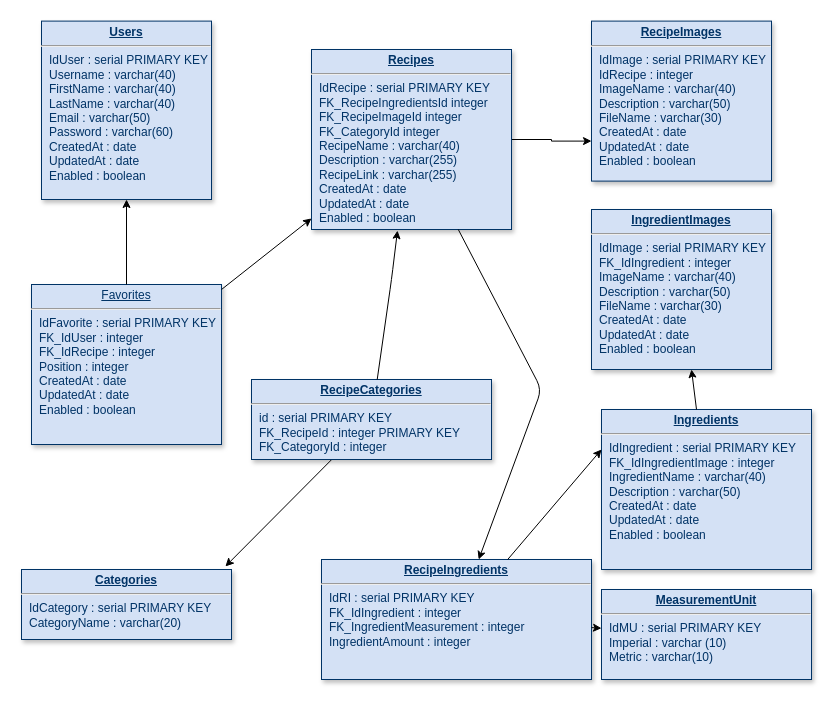
Before: Database.drawio in paraguin271828/react-cookbook, a draw.io diagram. Source tidied: cells renumbered, new cells numbered last; positions are measured from the earlier drawing's top-left corner, leaving out a move shared by most shapes. Both pictures are drawn from the tidied source at 100%, with x=0, y=0 at pixel (21, 21).
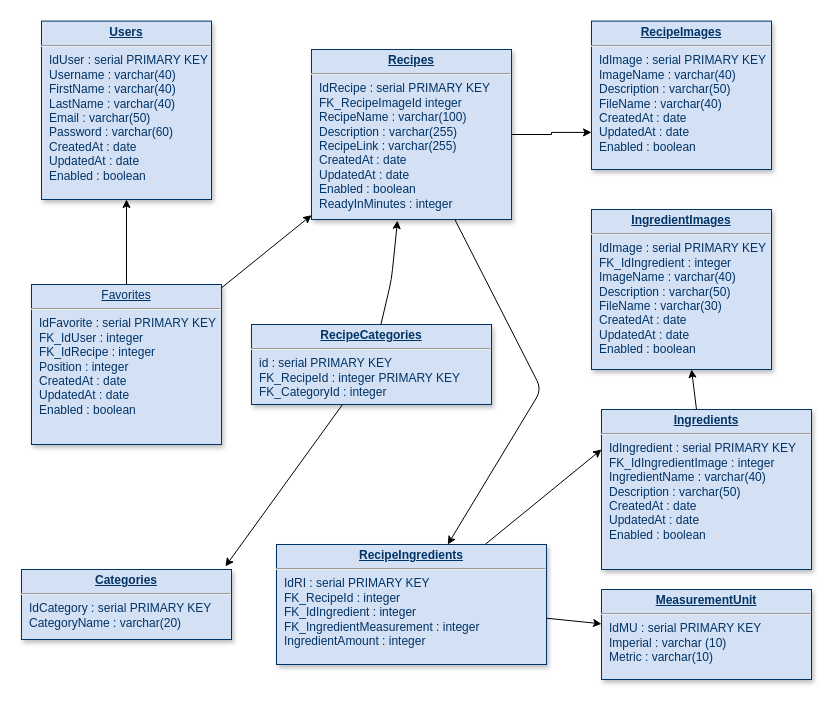
After the change.

The edit, as a diff of the source:
```diff
@@
-    <mxCell id="3" value="&lt;p style=&quot;margin: 0px ; margin-top: 4px ; text-align: center ; text-decoration: underline&quot;&gt;&lt;strong&gt;Recipes&lt;/strong&gt;&lt;/p&gt;&lt;hr&gt;&lt;p style=&quot;margin: 0px ; margin-left: 8px&quot;&gt;IdRecipe : serial PRIMARY KEY&lt;/p&gt;&lt;p style=&quot;margin: 0px ; margin-left: 8px&quot;&gt;FK_RecipeIngredientsId integer&lt;/p&gt;&lt;p style=&quot;margin: 0px ; margin-left: 8px&quot;&gt;FK_RecipeImageId integer&lt;/p&gt;&lt;p style=&quot;margin: 0px ; margin-left: 8px&quot;&gt;FK_CategoryId integer&lt;br&gt;&lt;/p&gt;&lt;p style=&quot;margin: 0px ; margin-left: 8px&quot;&gt;RecipeName : varchar(40)&lt;br&gt;&lt;/p&gt;&lt;p style=&quot;margin: 0px ; margin-left: 8px&quot;&gt;Description : varchar(255)&lt;/p&gt;&lt;p style=&quot;margin: 0px ; margin-left: 8px&quot;&gt;RecipeLink : varchar(255)&lt;br&gt;&lt;/p&gt;&lt;p style=&quot;margin: 0px ; margin-left: 8px&quot;&gt;CreatedAt : date&lt;br&gt;&lt;/p&gt;&lt;p style=&quot;margin: 0px ; margin-left: 8px&quot;&gt;UpdatedAt : date&lt;br&gt;&lt;/p&gt;&lt;p style=&quot;margin: 0px ; margin-left: 8px&quot;&gt;Enabled : boolean&lt;br&gt;&lt;/p&gt;" style="verticalAlign=top;align=left;overflow=fill;fontSize=12;fontFamily=Helvetica;html=1;strokeColor=#003366;shadow=1;fillColor=#D4E1F5;fontColor=#003366;" parent="1" vertex="1">
-      <mxGeometry x="290" y="28" width="200" height="180" as="geometry" />
+    <mxCell id="3" value="&lt;p style=&quot;margin: 0px ; margin-top: 4px ; text-align: center ; text-decoration: underline&quot;&gt;&lt;strong&gt;Recipes&lt;/strong&gt;&lt;/p&gt;&lt;hr&gt;&lt;p style=&quot;margin: 0px ; margin-left: 8px&quot;&gt;IdRecipe : serial PRIMARY KEY&lt;/p&gt;&lt;p style=&quot;margin: 0px ; margin-left: 8px&quot;&gt;FK_RecipeImageId integer&lt;/p&gt;&lt;p style=&quot;margin: 0px ; margin-left: 8px&quot;&gt;RecipeName : varchar(100)&lt;br&gt;&lt;/p&gt;&lt;p style=&quot;margin: 0px ; margin-left: 8px&quot;&gt;Description : varchar(255)&lt;/p&gt;&lt;p style=&quot;margin: 0px ; margin-left: 8px&quot;&gt;RecipeLink : varchar(255)&lt;br&gt;&lt;/p&gt;&lt;p style=&quot;margin: 0px ; margin-left: 8px&quot;&gt;CreatedAt : date&lt;br&gt;&lt;/p&gt;&lt;p style=&quot;margin: 0px ; margin-left: 8px&quot;&gt;UpdatedAt : date&lt;br&gt;&lt;/p&gt;&lt;p style=&quot;margin: 0px ; margin-left: 8px&quot;&gt;Enabled : boolean&lt;/p&gt;&lt;p style=&quot;margin: 0px ; margin-left: 8px&quot;&gt;ReadyInMinutes : integer&lt;br&gt;&lt;/p&gt;" style="verticalAlign=top;align=left;overflow=fill;fontSize=12;fontFamily=Helvetica;html=1;strokeColor=#003366;shadow=1;fillColor=#D4E1F5;fontColor=#003366;" parent="1" vertex="1">
+      <mxGeometry x="290" y="28" width="200" height="170" as="geometry" />
     </mxCell>
@@
-    <mxCell id="6" value="&lt;p style=&quot;margin: 0px ; margin-top: 4px ; text-align: center ; text-decoration: underline&quot;&gt;&lt;strong&gt;RecipeImages&lt;/strong&gt;&lt;/p&gt;&lt;hr&gt;&lt;p style=&quot;margin: 0px ; margin-left: 8px&quot;&gt;IdImage : serial PRIMARY KEY&lt;/p&gt;&lt;p style=&quot;margin: 0px ; margin-left: 8px&quot;&gt;IdRecipe : integer&lt;br&gt;&lt;/p&gt;&lt;p style=&quot;margin: 0px ; margin-left: 8px&quot;&gt;ImageName : varchar(40)&lt;br&gt;&lt;/p&gt;&lt;p style=&quot;margin: 0px ; margin-left: 8px&quot;&gt;Description : varchar(50)&lt;/p&gt;&lt;p style=&quot;margin: 0px ; margin-left: 8px&quot;&gt;FileName : varchar(30)&lt;/p&gt;&lt;p style=&quot;margin: 0px ; margin-left: 8px&quot;&gt;CreatedAt : date&lt;br&gt;&lt;/p&gt;&lt;p style=&quot;margin: 0px ; margin-left: 8px&quot;&gt;UpdatedAt : date&lt;br&gt;&lt;/p&gt;&lt;p style=&quot;margin: 0px ; margin-left: 8px&quot;&gt;Enabled : boolean&lt;br&gt;&lt;/p&gt;" style="verticalAlign=top;align=left;overflow=fill;fontSize=12;fontFamily=Helvetica;html=1;strokeColor=#003366;shadow=1;fillColor=#D4E1F5;fontColor=#003366;" parent="1" vertex="1">
-      <mxGeometry x="570" y="-0.4" width="180" height="160" as="geometry" />
+    <mxCell id="6" value="&lt;p style=&quot;margin: 0px ; margin-top: 4px ; text-align: center ; text-decoration: underline&quot;&gt;&lt;strong&gt;RecipeImages&lt;/strong&gt;&lt;/p&gt;&lt;hr&gt;&lt;p style=&quot;margin: 0px ; margin-left: 8px&quot;&gt;IdImage : serial PRIMARY KEY&lt;/p&gt;&lt;p style=&quot;margin: 0px ; margin-left: 8px&quot;&gt;ImageName : varchar(40)&lt;br&gt;&lt;/p&gt;&lt;p style=&quot;margin: 0px ; margin-left: 8px&quot;&gt;Description : varchar(50)&lt;/p&gt;&lt;p style=&quot;margin: 0px ; margin-left: 8px&quot;&gt;FileName : varchar(40)&lt;/p&gt;&lt;p style=&quot;margin: 0px ; margin-left: 8px&quot;&gt;CreatedAt : date&lt;br&gt;&lt;/p&gt;&lt;p style=&quot;margin: 0px ; margin-left: 8px&quot;&gt;UpdatedAt : date&lt;br&gt;&lt;/p&gt;&lt;p style=&quot;margin: 0px ; margin-left: 8px&quot;&gt;Enabled : boolean&lt;br&gt;&lt;/p&gt;" style="verticalAlign=top;align=left;overflow=fill;fontSize=12;fontFamily=Helvetica;html=1;strokeColor=#003366;shadow=1;fillColor=#D4E1F5;fontColor=#003366;" parent="1" vertex="1">
+      <mxGeometry x="570" y="-0.4" width="180" height="148.4" as="geometry" />
     </mxCell>
-    <mxCell id="7" value="&lt;p style=&quot;margin: 0px ; margin-top: 4px ; text-align: center ; text-decoration: underline&quot;&gt;&lt;strong&gt;RecipeIngredients&lt;/strong&gt;&lt;/p&gt;&lt;hr&gt;&lt;p style=&quot;margin: 0px ; margin-left: 8px&quot;&gt;IdRI : serial PRIMARY KEY&lt;/p&gt;&lt;p style=&quot;margin: 0px ; margin-left: 8px&quot;&gt;FK_IdIngredient : integer&lt;/p&gt;&lt;p style=&quot;margin: 0px ; margin-left: 8px&quot;&gt;FK_IngredientMeasurement : integer&lt;/p&gt;&lt;p style=&quot;margin: 0px ; margin-left: 8px&quot;&gt;IngredientAmount : integer&lt;br&gt;&lt;/p&gt;" style="verticalAlign=top;align=left;overflow=fill;fontSize=12;fontFamily=Helvetica;html=1;strokeColor=#003366;shadow=1;fillColor=#D4E1F5;fontColor=#003366;" parent="1" vertex="1">
-      <mxGeometry x="300" y="538" width="270" height="120" as="geometry" />
+    <mxCell id="7" value="&lt;p style=&quot;margin: 0px ; margin-top: 4px ; text-align: center ; text-decoration: underline&quot;&gt;&lt;strong&gt;RecipeIngredients&lt;/strong&gt;&lt;/p&gt;&lt;hr&gt;&lt;p style=&quot;margin: 0px ; margin-left: 8px&quot;&gt;IdRI : serial PRIMARY KEY&lt;/p&gt;&lt;p style=&quot;margin: 0px ; margin-left: 8px&quot;&gt;FK_RecipeId : integer&lt;br&gt;&lt;/p&gt;&lt;p style=&quot;margin: 0px ; margin-left: 8px&quot;&gt;FK_IdIngredient : integer&lt;/p&gt;&lt;p style=&quot;margin: 0px ; margin-left: 8px&quot;&gt;FK_IngredientMeasurement : integer&lt;/p&gt;&lt;p style=&quot;margin: 0px ; margin-left: 8px&quot;&gt;IngredientAmount : integer&lt;br&gt;&lt;/p&gt;" style="verticalAlign=top;align=left;overflow=fill;fontSize=12;fontFamily=Helvetica;html=1;strokeColor=#003366;shadow=1;fillColor=#D4E1F5;fontColor=#003366;" parent="1" vertex="1">
+      <mxGeometry x="255" y="523" width="270" height="120" as="geometry" />
     </mxCell>
@@
     <mxCell id="19" value="&lt;p style=&quot;margin: 0px ; margin-top: 4px ; text-align: center ; text-decoration: underline&quot;&gt;&lt;strong&gt;RecipeCategories&lt;/strong&gt;&lt;/p&gt;&lt;hr&gt;&lt;p style=&quot;margin: 0px ; margin-left: 8px&quot;&gt;id : serial PRIMARY KEY&lt;/p&gt;&lt;p style=&quot;margin: 0px ; margin-left: 8px&quot;&gt;FK_RecipeId : integer PRIMARY KEY&lt;/p&gt;&lt;p style=&quot;margin: 0px ; margin-left: 8px&quot;&gt;FK_CategoryId : integer&lt;br&gt;&lt;/p&gt;&lt;p style=&quot;margin: 0px ; margin-left: 8px&quot;&gt;&lt;br&gt;&lt;/p&gt;" style="verticalAlign=top;align=left;overflow=fill;fontSize=12;fontFamily=Helvetica;html=1;strokeColor=#003366;shadow=1;fillColor=#D4E1F5;fontColor=#003366;" parent="1" vertex="1">
-      <mxGeometry x="230" y="358" width="240" height="80" as="geometry" />
+      <mxGeometry x="230" y="303" width="240" height="80" as="geometry" />
     </mxCell>
```
